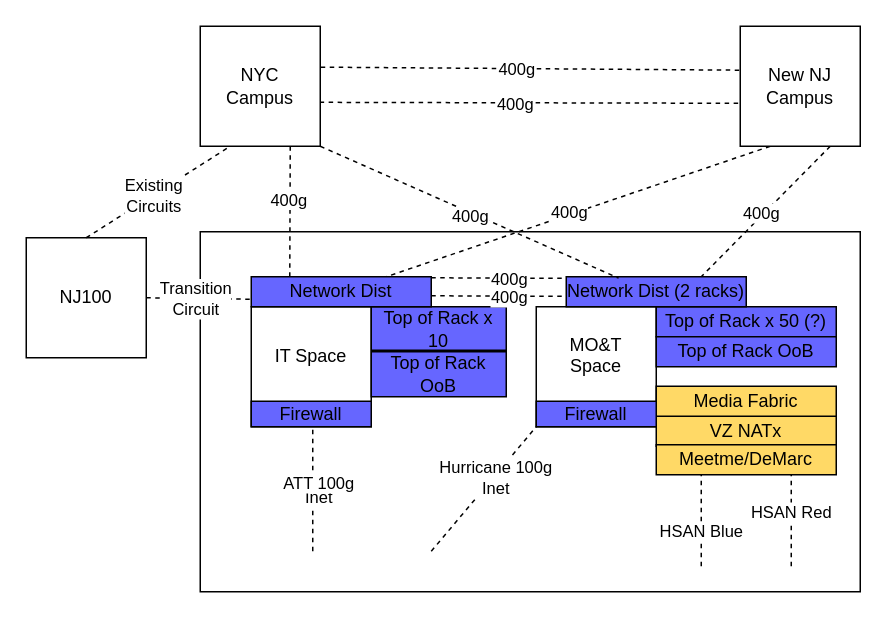
Earlier version of the draw.io diagram NJ100.drawio (rhoatson/Draw.io). Source tidied: cells renumbered, new cells numbered last; positions are measured from the earlier drawing's top-left corner, leaving out a move shared by most shapes. Both pictures are drawn from the tidied source at 150%, with x=0, y=0 at pixel (26, 26).
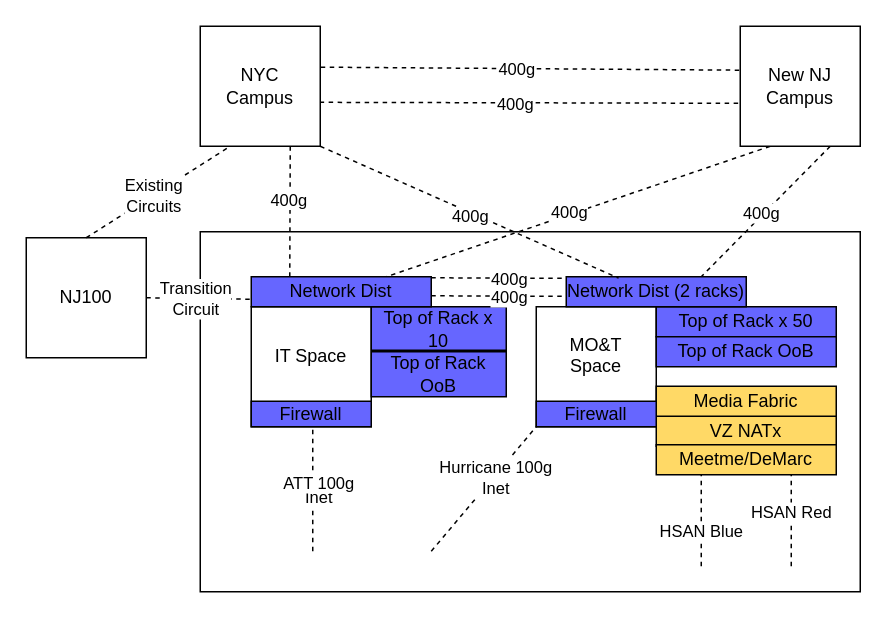
Above is the later version.

Diff of the diagram source:
```diff
@@
-    <mxCell id="20" value="Top of Rack x 50 (?)" style="rounded=0;whiteSpace=wrap;html=1;fillColor=#6666FF;" parent="1" vertex="1">
+    <mxCell id="20" value="Top of Rack x 50" style="rounded=0;whiteSpace=wrap;html=1;fillColor=#6666FF;" parent="1" vertex="1">
       <mxGeometry x="420" y="187" width="120" height="20" as="geometry" />
     </mxCell>
```
